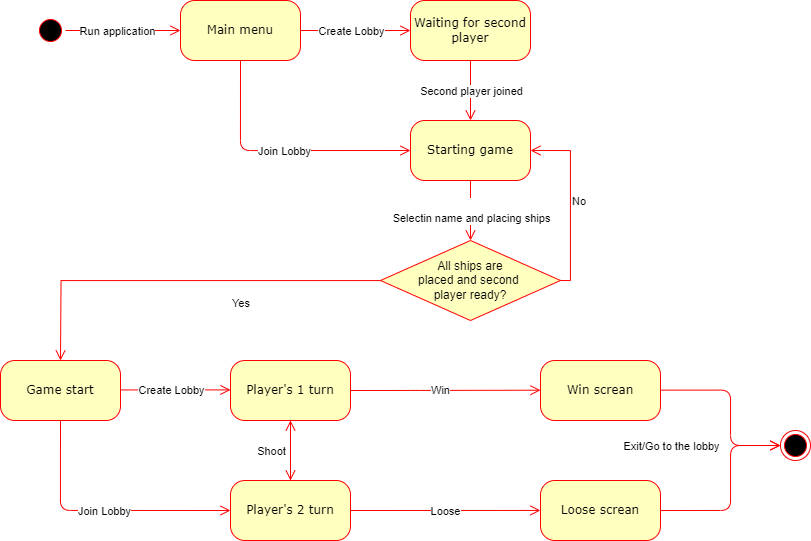
This is uml/Battleship_state.png from KirillBelyaev2921/Battleship, a draw.io export, as it was before one commit. Source tidied: cells renumbered, new cells last; positions are measured from the earlier drawing's top-left corner, leaving out a move shared by most shapes.
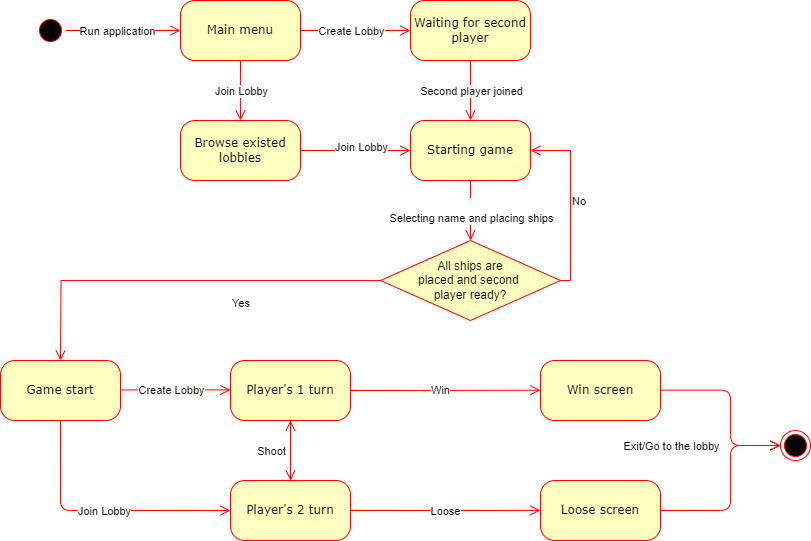
After the change.

Change to the diagram source:
```diff
@@ -35,16 +35,18 @@
     <mxCell id="9" value="Starting game" style="rounded=1;whiteSpace=wrap;html=1;arcSize=24;fillColor=#ffffc0;strokeColor=#ff0000;shadow=0;comic=0;labelBackgroundColor=none;fontFamily=Verdana;fontSize=12;fontColor=#000000;align=center;" parent="1" vertex="1">
       <mxGeometry x="410" y="120" width="120" height="60" as="geometry" />
     </mxCell>
-    <mxCell id="10" style="edgeStyle=orthogonalEdgeStyle;html=1;labelBackgroundColor=none;endArrow=open;endSize=8;strokeColor=#ff0000;fontFamily=Verdana;fontSize=12;align=left;entryX=0;entryY=0.5;exitX=0.5;exitY=1;exitDx=0;exitDy=0;entryDx=0;entryDy=0;" parent="1" edge="1" source="3" target="9">
+    <mxCell id="10" style="edgeStyle=orthogonalEdgeStyle;html=1;labelBackgroundColor=none;endArrow=open;endSize=8;strokeColor=#ff0000;fontFamily=Verdana;fontSize=12;align=left;exitX=0.5;exitY=1;exitDx=0;exitDy=0;" parent="1" edge="1" source="3">
       <mxGeometry relative="1" as="geometry">
+        <mxPoint x="240" y="120" as="targetPoint" />
         <Array as="points">
-          <mxPoint x="240" y="150" />
+          <mxPoint x="240" y="90" />
+          <mxPoint x="240" y="90" />
         </Array>
       </mxGeometry>
     </mxCell>
     <mxCell id="11" value="Join Lobby" style="edgeLabel;html=1;align=center;verticalAlign=middle;" parent="10" vertex="1">
       <mxGeometry x="0.11" y="1" relative="1" as="geometry">
-        <mxPoint x="-11" y="1" as="offset" />
+        <mxPoint x="-1" y="-3" as="offset" />
       </mxGeometry>
     </mxCell>
     <mxCell id="12" style="edgeStyle=orthogonalEdgeStyle;html=1;labelBackgroundColor=none;endArrow=open;endSize=8;strokeColor=#ff0000;fontFamily=Verdana;fontSize=12;align=left;entryX=0.5;entryY=0;entryDx=0;entryDy=0;exitX=0.5;exitY=1;exitDx=0;exitDy=0;" parent="1" edge="1" source="4" target="9">
@@ -60,7 +62,7 @@
         <mxPoint x="470" y="240" as="targetPoint" />
       </mxGeometry>
     </mxCell>
-    <mxCell id="15" value="&lt;br style=&quot;border-color: var(--border-color); font-family: Verdana; font-size: 12px; background-color: rgb(251, 251, 251);&quot;&gt;Selectin name and placing ships" style="edgeLabel;html=1;align=center;verticalAlign=middle;" parent="14" vertex="1">
+    <mxCell id="15" value="&lt;br style=&quot;border-color: var(--border-color); font-family: Verdana; font-size: 12px; background-color: rgb(251, 251, 251);&quot;&gt;Selecting name and placing ships" style="edgeLabel;html=1;align=center;verticalAlign=middle;" parent="14" vertex="1">
       <mxGeometry x="0.11" y="1" relative="1" as="geometry">
         <mxPoint x="-1" y="-3" as="offset" />
       </mxGeometry>
@@ -154,10 +156,10 @@
     <mxCell id="32" style="edgeStyle=orthogonalEdgeStyle;html=1;labelBackgroundColor=none;endArrow=open;endSize=8;strokeColor=#ff0000;fontFamily=Verdana;fontSize=12;align=left;entryX=0.5;entryY=1;entryDx=0;entryDy=0;exitX=0.5;exitY=0;exitDx=0;exitDy=0;" parent="1" edge="1" source="25" target="22">
       <mxGeometry relative="1" as="geometry" />
     </mxCell>
-    <mxCell id="33" value="Win screan" style="rounded=1;whiteSpace=wrap;html=1;arcSize=24;fillColor=#ffffc0;strokeColor=#ff0000;shadow=0;comic=0;labelBackgroundColor=none;fontFamily=Verdana;fontSize=12;fontColor=#000000;align=center;" parent="1" vertex="1">
+    <mxCell id="33" value="Win screen" style="rounded=1;whiteSpace=wrap;html=1;arcSize=24;fillColor=#ffffc0;strokeColor=#ff0000;shadow=0;comic=0;labelBackgroundColor=none;fontFamily=Verdana;fontSize=12;fontColor=#000000;align=center;" parent="1" vertex="1">
       <mxGeometry x="540" y="360" width="120" height="60" as="geometry" />
     </mxCell>
-    <mxCell id="34" value="Loose screan" style="rounded=1;whiteSpace=wrap;html=1;arcSize=24;fillColor=#ffffc0;strokeColor=#ff0000;shadow=0;comic=0;labelBackgroundColor=none;fontFamily=Verdana;fontSize=12;fontColor=#000000;align=center;" parent="1" vertex="1">
+    <mxCell id="34" value="Loose screen" style="rounded=1;whiteSpace=wrap;html=1;arcSize=24;fillColor=#ffffc0;strokeColor=#ff0000;shadow=0;comic=0;labelBackgroundColor=none;fontFamily=Verdana;fontSize=12;fontColor=#000000;align=center;" parent="1" vertex="1">
       <mxGeometry x="540" y="480" width="120" height="60" as="geometry" />
     </mxCell>
     <mxCell id="35" style="edgeStyle=orthogonalEdgeStyle;html=1;labelBackgroundColor=none;endArrow=open;endSize=8;strokeColor=#ff0000;fontFamily=Verdana;fontSize=12;align=left;entryX=0;entryY=0.5;exitX=1;exitY=0.5;exitDx=0;exitDy=0;entryDx=0;entryDy=0;" parent="1" edge="1" target="37">
@@ -186,5 +188,16 @@
         </Array>
       </mxGeometry>
     </mxCell>
+    <mxCell id="39" value="Browse existed lobbies" style="rounded=1;whiteSpace=wrap;html=1;arcSize=24;fillColor=#ffffc0;strokeColor=#ff0000;shadow=0;comic=0;labelBackgroundColor=none;fontFamily=Verdana;fontSize=12;fontColor=#000000;align=center;" parent="1" vertex="1">
+      <mxGeometry x="180" y="120" width="120" height="60" as="geometry" />
+    </mxCell>
+    <mxCell id="40" style="edgeStyle=orthogonalEdgeStyle;html=1;labelBackgroundColor=none;endArrow=open;endSize=8;strokeColor=#ff0000;fontFamily=Verdana;fontSize=12;align=left;exitX=1;exitY=0.5;exitDx=0;exitDy=0;entryX=0;entryY=0.5;entryDx=0;entryDy=0;" parent="1" edge="1" source="39" target="9">
+      <mxGeometry relative="1" as="geometry" />
+    </mxCell>
+    <mxCell id="41" value="Join Lobby" style="edgeLabel;html=1;align=center;verticalAlign=middle;" parent="40" vertex="1">
+      <mxGeometry x="0.11" y="1" relative="1" as="geometry">
+        <mxPoint x="-1" y="-3" as="offset" />
+      </mxGeometry>
+    </mxCell>
   </root>
 </mxGraphModel>
```
